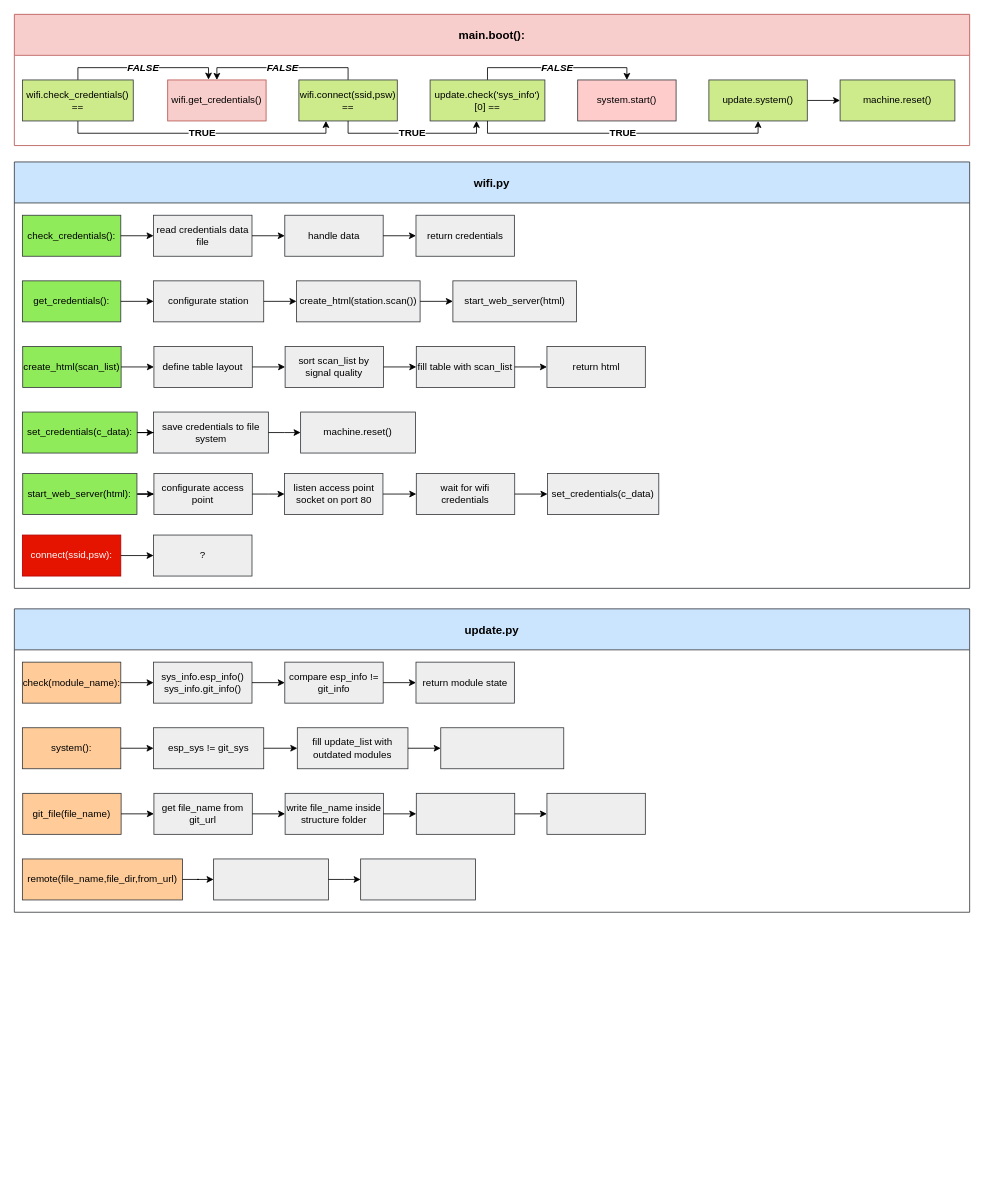
Above: design_files/esp_structure.drawio in marsex/workbench (draw.io), before the change. Source tidied: cells renumbered, new cells numbered last; positions are measured from the earlier drawing's top-left corner, leaving out a move shared by most shapes. Both pictures are drawn from the tidied source at 82%, with x=0, y=0 at pixel (14, 14).
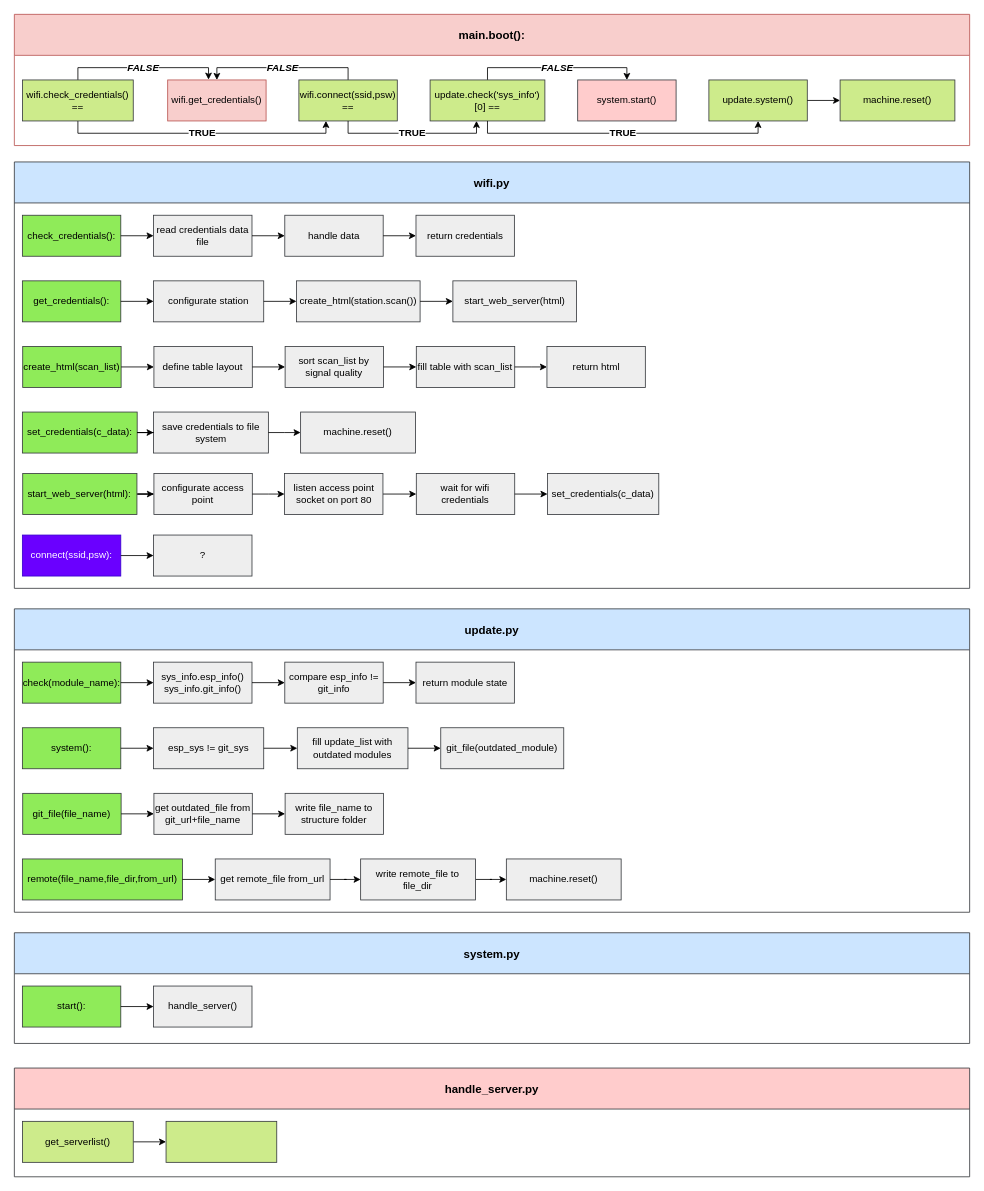
Above is the later version.

Unchanged cells that the change refers to:
```xml
<mxCell id="17" value="update.py" style="swimlane;strokeColor=#36393d;fillColor=#cce5ff;fontSize=14;startSize=50;flipH=1;swimlaneFillColor=none;" parent="1" vertex="1">
  <mxGeometry y="725" width="1165" height="370" as="geometry" />
</mxCell>
```

Change to the diagram source:
```diff
@@
-    <mxCell id="2" value="main.boot():" style="swimlane;strokeColor=#b85450;fillColor=#f8cecc;fontSize=14;startSize=50;flipH=1;swimlaneFillColor=#ffffff;" parent="1" vertex="1">
+    <mxCell id="2" value="main.boot():" style="swimlane;strokeColor=#b85450;fillColor=#f8cecc;fontSize=14;startSize=50;flipH=1;swimlaneFillColor=none;" parent="1" vertex="1">
       <mxGeometry width="1165" height="160" as="geometry" />
     </mxCell>
@@
-    <mxCell id="18" value="check(module_name):" style="rounded=0;whiteSpace=wrap;html=1;fillColor=#ffcc99;strokeColor=#36393d;" parent="17" vertex="1">
+    <mxCell id="18" value="check(module_name):" style="rounded=0;whiteSpace=wrap;html=1;fillColor=#8FEB59;strokeColor=#36393d;" parent="17" vertex="1">
       <mxGeometry x="9.8" y="65" width="120" height="50" as="geometry" />
     </mxCell>
@@
-    <mxCell id="25" value="system():" style="rounded=0;whiteSpace=wrap;html=1;fillColor=#ffcc99;strokeColor=#36393d;" parent="17" vertex="1">
+    <mxCell id="25" value="system():" style="rounded=0;whiteSpace=wrap;html=1;fillColor=#8FEB59;strokeColor=#36393d;" parent="17" vertex="1">
       <mxGeometry x="9.8" y="145" width="120" height="50" as="geometry" />
     </mxCell>
@@
-    <mxCell id="29" value="git_file(file_name)" style="rounded=0;whiteSpace=wrap;html=1;fillColor=#ffcc99;strokeColor=#36393d;" parent="17" vertex="1">
+    <mxCell id="29" value="git_file(file_name)" style="rounded=0;whiteSpace=wrap;html=1;fillColor=#8FEB59;strokeColor=#36393d;" parent="17" vertex="1">
       <mxGeometry x="10.2" y="225" width="120" height="50" as="geometry" />
     </mxCell>
-    <mxCell id="30" value="get file_name from git_url" style="rounded=0;whiteSpace=wrap;html=1;fillColor=#eeeeee;strokeColor=#36393d;" parent="17" vertex="1">
+    <mxCell id="30" value="get outdated_file from git_url+file_name" style="rounded=0;whiteSpace=wrap;html=1;fillColor=#eeeeee;strokeColor=#36393d;" parent="17" vertex="1">
       <mxGeometry x="170.2" y="225" width="120" height="50" as="geometry" />
     </mxCell>
@@
-    <mxCell id="32" value="write file_name inside structure folder" style="rounded=0;whiteSpace=wrap;html=1;fillColor=#eeeeee;strokeColor=#36393d;" parent="17" vertex="1">
+    <mxCell id="32" value="write file_name to structure folder" style="rounded=0;whiteSpace=wrap;html=1;fillColor=#eeeeee;strokeColor=#36393d;" parent="17" vertex="1">
       <mxGeometry x="330.2" y="225" width="120" height="50" as="geometry" />
     </mxCell>
@@
-    <mxCell id="34" style="rounded=0;whiteSpace=wrap;html=1;fillColor=#eeeeee;strokeColor=#36393d;" parent="17" vertex="1">
-      <mxGeometry x="490.2" y="225" width="120" height="50" as="geometry" />
-    </mxCell>
-    <mxCell id="35" style="edgeStyle=orthogonalEdgeStyle;rounded=0;jettySize=auto;html=1;fontSize=12;fontColor=#000000;" parent="17" edge="1" source="32" target="34">
-      <mxGeometry relative="1" as="geometry" />
-    </mxCell>
-    <mxCell id="36" style="rounded=0;whiteSpace=wrap;html=1;fillColor=#eeeeee;strokeColor=#36393d;" parent="17" vertex="1">
-      <mxGeometry x="649.5" y="225" width="120" height="50" as="geometry" />
-    </mxCell>
-    <mxCell id="37" style="edgeStyle=orthogonalEdgeStyle;rounded=0;jettySize=auto;html=1;fontSize=12;fontColor=#000000;" parent="17" edge="1" source="34" target="36">
-      <mxGeometry relative="1" as="geometry" />
-    </mxCell>
-    <mxCell id="38" value="remote(file_name,file_dir,from_url)" style="rounded=0;whiteSpace=wrap;html=1;fillColor=#ffcc99;strokeColor=#36393d;" parent="17" vertex="1">
+    <mxCell id="38" value="remote(file_name,file_dir,from_url)" style="rounded=0;whiteSpace=wrap;html=1;fillColor=#8FEB59;strokeColor=#36393d;" parent="17" vertex="1">
       <mxGeometry x="9.8" y="305" width="195.2" height="50" as="geometry" />
     </mxCell>
-    <mxCell id="39" style="rounded=0;whiteSpace=wrap;html=1;fillColor=#eeeeee;strokeColor=#36393d;" parent="17" vertex="1">
-      <mxGeometry x="243" y="305" width="140" height="50" as="geometry" />
+    <mxCell id="39" value="get&amp;nbsp;remote_file from_url" style="rounded=0;whiteSpace=wrap;html=1;fillColor=#eeeeee;strokeColor=#36393d;" parent="17" vertex="1">
+      <mxGeometry x="245" y="305" width="140" height="50" as="geometry" />
     </mxCell>
@@
+    <mxCell id="93" style="edgeStyle=orthogonalEdgeStyle;rounded=0;jettySize=auto;html=1;" parent="17" edge="1" source="41" target="94">
+      <mxGeometry relative="1" as="geometry" />
+    </mxCell>
-    <mxCell id="41" style="rounded=0;whiteSpace=wrap;html=1;fillColor=#eeeeee;strokeColor=#36393d;" parent="17" vertex="1">
+    <mxCell id="41" value="write&amp;nbsp;remote_file to file_dir" style="rounded=0;whiteSpace=wrap;html=1;fillColor=#eeeeee;strokeColor=#36393d;" parent="17" vertex="1">
       <mxGeometry x="422.3" y="305" width="140" height="50" as="geometry" />
     </mxCell>
+    <mxCell id="94" value="machine.reset()" style="rounded=0;whiteSpace=wrap;html=1;fillColor=#eeeeee;strokeColor=#36393d;" parent="17" vertex="1">
+      <mxGeometry x="600" y="305" width="140" height="50" as="geometry" />
+    </mxCell>
@@
-    <mxCell id="45" style="rounded=0;whiteSpace=wrap;html=1;fillColor=#eeeeee;strokeColor=#36393d;" parent="17" vertex="1">
+    <mxCell id="45" value="git_file(outdated_module)" style="rounded=0;whiteSpace=wrap;html=1;fillColor=#eeeeee;strokeColor=#36393d;" parent="17" vertex="1">
       <mxGeometry x="520" y="145" width="150" height="50" as="geometry" />
     </mxCell>
@@
-    <mxCell id="52" value="wifi.py" style="swimlane;strokeColor=#36393d;fillColor=#cce5ff;fontSize=14;startSize=50;flipH=1;swimlaneFillColor=#ffffff;" parent="1" vertex="1">
+    <mxCell id="52" value="wifi.py" style="swimlane;strokeColor=#36393d;fillColor=#cce5ff;fontSize=14;startSize=50;flipH=1;swimlaneFillColor=none;" parent="1" vertex="1">
       <mxGeometry y="180" width="1165" height="520" as="geometry" />
     </mxCell>
@@
-    <mxCell id="64" value="connect(ssid,psw):" style="rounded=0;whiteSpace=wrap;html=1;fillColor=#e51400;strokeColor=#B20000;fontColor=#ffffff;" parent="52" vertex="1">
+    <mxCell id="64" value="connect(ssid,psw):" style="rounded=0;whiteSpace=wrap;html=1;fillColor=#6a00ff;strokeColor=#3700CC;fontColor=#ffffff;" parent="52" vertex="1">
       <mxGeometry x="9.8" y="455" width="120" height="50" as="geometry" />
     </mxCell>
@@
+    <mxCell id="95" value="system.py" style="swimlane;strokeColor=#36393d;fillColor=#cce5ff;fontSize=14;startSize=50;flipH=1;swimlaneFillColor=none;" parent="1" vertex="1">
+      <mxGeometry y="1120" width="1165" height="135" as="geometry" />
+    </mxCell>
+    <mxCell id="96" value="start():" style="rounded=0;whiteSpace=wrap;html=1;fillColor=#8FEB59;strokeColor=#36393d;" parent="95" vertex="1">
+      <mxGeometry x="9.8" y="65" width="120" height="50" as="geometry" />
+    </mxCell>
+    <mxCell id="97" value="handle_server()" style="rounded=0;whiteSpace=wrap;html=1;fillColor=#eeeeee;strokeColor=#36393d;" parent="95" vertex="1">
+      <mxGeometry x="169.8" y="65" width="120" height="50" as="geometry" />
+    </mxCell>
+    <mxCell id="98" style="edgeStyle=orthogonalEdgeStyle;rounded=0;jettySize=auto;html=1;fontColor=#000000;" parent="95" edge="1" source="96" target="97">
+      <mxGeometry relative="1" as="geometry" />
+    </mxCell>
+    <mxCell id="99" style="edgeStyle=orthogonalEdgeStyle;rounded=0;orthogonalLoop=1;jettySize=auto;html=1;fontSize=12;fontColor=#000000;" parent="95" edge="1">
+      <mxGeometry relative="1" as="geometry">
+        <mxPoint x="169.8" y="480" as="targetPoint" />
+      </mxGeometry>
+    </mxCell>
+    <mxCell id="100" style="edgeStyle=orthogonalEdgeStyle;rounded=0;orthogonalLoop=1;jettySize=auto;html=1;fontSize=12;fontColor=#000000;" parent="95" edge="1">
+      <mxGeometry relative="1" as="geometry">
+        <mxPoint x="929.5" y="405" as="sourcePoint" />
+      </mxGeometry>
+    </mxCell>
+    <mxCell id="101" style="edgeStyle=orthogonalEdgeStyle;rounded=0;orthogonalLoop=1;jettySize=auto;html=1;fontSize=12;fontColor=#000000;" parent="95" edge="1">
+      <mxGeometry relative="1" as="geometry">
+        <mxPoint x="290.2" y="405" as="sourcePoint" />
+      </mxGeometry>
+    </mxCell>
+    <mxCell id="102" style="edgeStyle=orthogonalEdgeStyle;rounded=0;orthogonalLoop=1;jettySize=auto;html=1;fontSize=12;fontColor=#000000;" parent="95" edge="1">
+      <mxGeometry relative="1" as="geometry">
+        <mxPoint x="780" y="405" as="sourcePoint" />
+      </mxGeometry>
+    </mxCell>
+    <mxCell id="103" style="edgeStyle=orthogonalEdgeStyle;rounded=0;orthogonalLoop=1;jettySize=auto;html=1;fontSize=12;fontColor=#000000;" parent="95" edge="1">
+      <mxGeometry relative="1" as="geometry">
+        <mxPoint x="609.5" y="405" as="sourcePoint" />
+      </mxGeometry>
+    </mxCell>
+    <mxCell id="104" style="edgeStyle=orthogonalEdgeStyle;rounded=0;orthogonalLoop=1;jettySize=auto;html=1;fontSize=12;fontColor=#000000;" parent="95" edge="1">
+      <mxGeometry relative="1" as="geometry">
+        <mxPoint x="149.5" y="405" as="sourcePoint" />
+      </mxGeometry>
+    </mxCell>
+    <mxCell id="105" value="handle_server.py" style="swimlane;strokeColor=#36393d;fillColor=#ffcccc;fontSize=14;startSize=50;flipH=1;swimlaneFillColor=none;" parent="1" vertex="1">
+      <mxGeometry y="1285" width="1165" height="132.6" as="geometry" />
+    </mxCell>
+    <mxCell id="106" style="edgeStyle=orthogonalEdgeStyle;rounded=0;orthogonalLoop=1;jettySize=auto;html=1;fontColor=#000000;" parent="105" edge="1">
+      <mxGeometry relative="1" as="geometry">
+        <mxPoint x="129.8" y="90" as="sourcePoint" />
+      </mxGeometry>
+    </mxCell>
+    <mxCell id="107" style="edgeStyle=orthogonalEdgeStyle;rounded=0;orthogonalLoop=1;jettySize=auto;html=1;fontSize=12;fontColor=#000000;" parent="105" edge="1">
+      <mxGeometry relative="1" as="geometry">
+        <mxPoint x="169.8" y="480" as="targetPoint" />
+      </mxGeometry>
+    </mxCell>
+    <mxCell id="108" style="edgeStyle=orthogonalEdgeStyle;rounded=0;orthogonalLoop=1;jettySize=auto;html=1;fontSize=12;fontColor=#000000;" parent="105" edge="1">
+      <mxGeometry relative="1" as="geometry">
+        <mxPoint x="929.5" y="405" as="sourcePoint" />
+      </mxGeometry>
+    </mxCell>
+    <mxCell id="109" style="edgeStyle=orthogonalEdgeStyle;rounded=0;orthogonalLoop=1;jettySize=auto;html=1;fontSize=12;fontColor=#000000;" parent="105" edge="1">
+      <mxGeometry relative="1" as="geometry">
+        <mxPoint x="290.2" y="405" as="sourcePoint" />
+      </mxGeometry>
+    </mxCell>
+    <mxCell id="110" style="edgeStyle=orthogonalEdgeStyle;rounded=0;orthogonalLoop=1;jettySize=auto;html=1;fontSize=12;fontColor=#000000;" parent="105" edge="1">
+      <mxGeometry relative="1" as="geometry">
+        <mxPoint x="780" y="405" as="sourcePoint" />
+      </mxGeometry>
+    </mxCell>
+    <mxCell id="111" style="edgeStyle=orthogonalEdgeStyle;rounded=0;orthogonalLoop=1;jettySize=auto;html=1;fontSize=12;fontColor=#000000;" parent="105" edge="1">
+      <mxGeometry relative="1" as="geometry">
+        <mxPoint x="609.5" y="405" as="sourcePoint" />
+      </mxGeometry>
+    </mxCell>
+    <mxCell id="112" style="edgeStyle=orthogonalEdgeStyle;rounded=0;orthogonalLoop=1;jettySize=auto;html=1;fontSize=12;fontColor=#000000;" parent="105" edge="1">
+      <mxGeometry relative="1" as="geometry">
+        <mxPoint x="149.5" y="405" as="sourcePoint" />
+      </mxGeometry>
+    </mxCell>
+    <mxCell id="113" style="edgeStyle=orthogonalEdgeStyle;rounded=0;jettySize=auto;html=1;fontColor=#FFFFFF;" parent="105" edge="1" source="114" target="115">
+      <mxGeometry relative="1" as="geometry" />
+    </mxCell>
+    <mxCell id="114" value="get_serverlist()" style="rounded=0;whiteSpace=wrap;html=1;fillColor=#cdeb8b;strokeColor=#36393d;" parent="105" vertex="1">
+      <mxGeometry x="10" y="65" width="135" height="50" as="geometry" />
+    </mxCell>
+    <mxCell id="115" style="rounded=0;whiteSpace=wrap;html=1;fillColor=#cdeb8b;strokeColor=#36393d;" parent="105" vertex="1">
+      <mxGeometry x="185" y="65" width="135" height="50" as="geometry" />
+    </mxCell>
```
